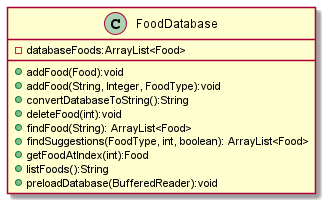
Earlier version of the PlantUML export docs/diagrams/FoodDatabase_Class.png (praj-bellakka/tp).
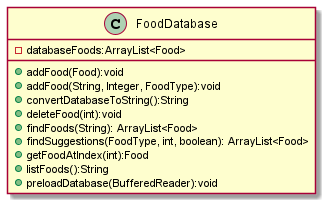
The same diagram one commit later.

The edit, as a diff of the source:
```diff
@@ -6,12 +6,11 @@
 + addFood(String, Integer, FoodType):void
 + convertDatabaseToString():String
 + deleteFood(int):void
-+ findFood(String): ArrayList<Food>
++ findFoods(String): ArrayList<Food>
 + findSuggestions(FoodType, int, boolean): ArrayList<Food>
 + getFoodAtIndex(int):Food
 + listFoods():String
 + preloadDatabase(BufferedReader):void
-
 }
 
 
```
